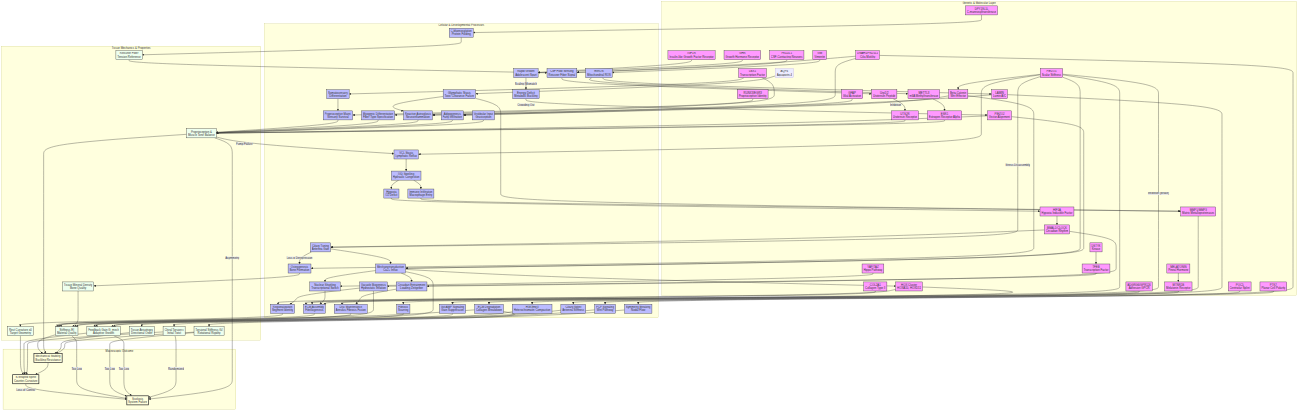
Before: docs/figures/scoliosis_mechanism_map.png, a diagram exported from Mermaid (sayuj1989-ops/life). Its source is kept beside it as docs/figures/scoliosis_mechanism_map.mmd.
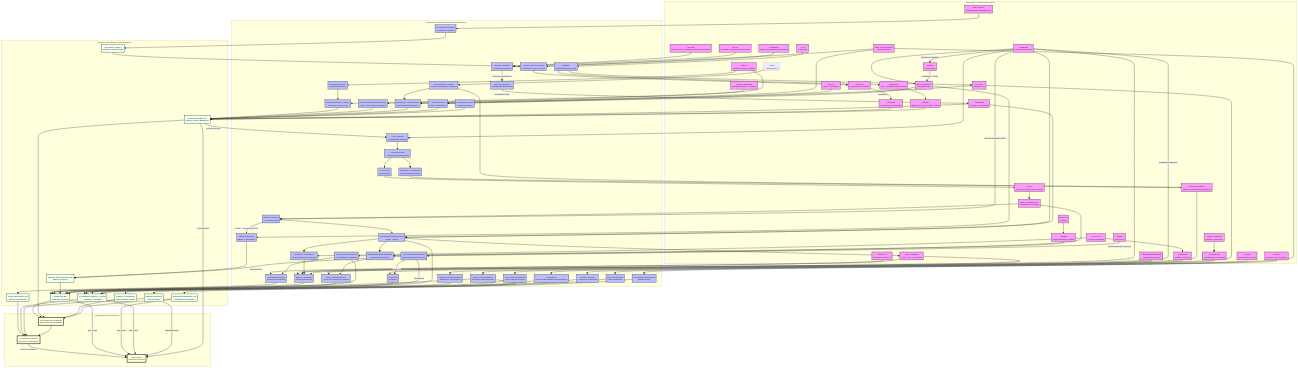
The same file after the commit.

Commit message:
weekly-map: add Osteocyte Dendrite Cost Mechanism arc (#1083)

The edit, as a diff of the source:
```diff
@@ -33,6 +33,7 @@
         GHR[GHR<br/>Growth Hormone Receptor]
         SOST[SOST<br/>Sclerostin]
         FBN1[FBN1<br/>Fibrillin-1]
+        CCN[CCN1/2<br/>Matrix Protein]
     end
 
     subgraph Processes [Cellular & Developmental Processes]
@@ -69,6 +70,7 @@
         Energy_Deficit[Energy Deficit<br/>Metabolic Buckling]
         Fibrosis[Fibrosis<br/>Scarring]
         TGFB[TGF-Beta Signaling<br/>Sequestration Failure]
+        Osteocyte_Dendrite[Osteocyte Dendrites<br/>Network Formation]
     end
 
     subgraph Tissue [Tissue Mechanics & Properties]
@@ -128,6 +130,10 @@
     YAP --> Nucl_Shuttle
     Nucl_Shuttle --> ECM_Assembly
     Mech_Trans --> Nucl_Shuttle
+
+    YAP --> CCN
+    CCN --> Osteocyte_Dendrite
+    Osteocyte_Dendrite --> Gain
 
     CILIA --> CSF_Sensing
     PKD2L1 --> CSF_Sensing
@@ -240,7 +246,7 @@
     TGFB -- "Fibrosis" --> Fibrosis
     TGFB -- "Stiffening" --> Stiffness
 
-    class HOX,COL,PIEZO1,PIEZO2,CILIA,LBX1,ADGRG6,PTK7,YAP,PKD2L1,MMP,URP,UTS2R,GFAP,VIM,LAMIN,BMAL1,RUNX3,METTL3,ESR1,MELATONIN,MT2,HIF1A,POC5,DSTYK,TFEB,Beta_Catenin,DPY19L1L,IGF1R,GHR,SOST,FBN1 gene;
-    class Region,ECM_Assembly,Mech_Trans,Sym_Break,Neur_Diff,Muscle_Diff,Disc_Maint,PCP_Sig,Nucl_Shuttle,CSF_Sensing,Degradation,Astrogliosis,mtROS,Adipogenesis,Hydraulic_Congestion,Immune_Infilt,Circadian_Entrain,Proprio_Maint,H3K9me3,VCL_Stasis,Glymphatic_Stasis,Vestibular_Input,Gi_cAMP,Ciliary_Tuning,Hypoxia,Osteogenesis,Ciliary_Splint,Vacuole_Biogenesis,C_Mannosylation,Rapid_Growth,Energy_Deficit,Fibrosis,TGFB process;
+    class HOX,COL,PIEZO1,PIEZO2,CILIA,LBX1,ADGRG6,PTK7,YAP,PKD2L1,MMP,URP,UTS2R,GFAP,VIM,LAMIN,BMAL1,RUNX3,METTL3,ESR1,MELATONIN,MT2,HIF1A,POC5,DSTYK,TFEB,Beta_Catenin,DPY19L1L,IGF1R,GHR,SOST,FBN1,CCN gene;
+    class Region,ECM_Assembly,Mech_Trans,Sym_Break,Neur_Diff,Muscle_Diff,Disc_Maint,PCP_Sig,Nucl_Shuttle,CSF_Sensing,Degradation,Astrogliosis,mtROS,Adipogenesis,Hydraulic_Congestion,Immune_Infilt,Circadian_Entrain,Proprio_Maint,H3K9me3,VCL_Stasis,Glymphatic_Stasis,Vestibular_Input,Gi_cAMP,Ciliary_Tuning,Hypoxia,Osteogenesis,Ciliary_Splint,Vacuole_Biogenesis,C_Mannosylation,Rapid_Growth,Energy_Deficit,Fibrosis,TGFB,Osteocyte_Dendrite process;
     class Rest_Kappa,Stiffness,Torsional_Stiffness,Gain,Torsion,Muscle_Tone,Anisotropy,TMD,Reissner_Fiber tissue;
     class S_Curve,Stability,Scoliosis outcome;
```
